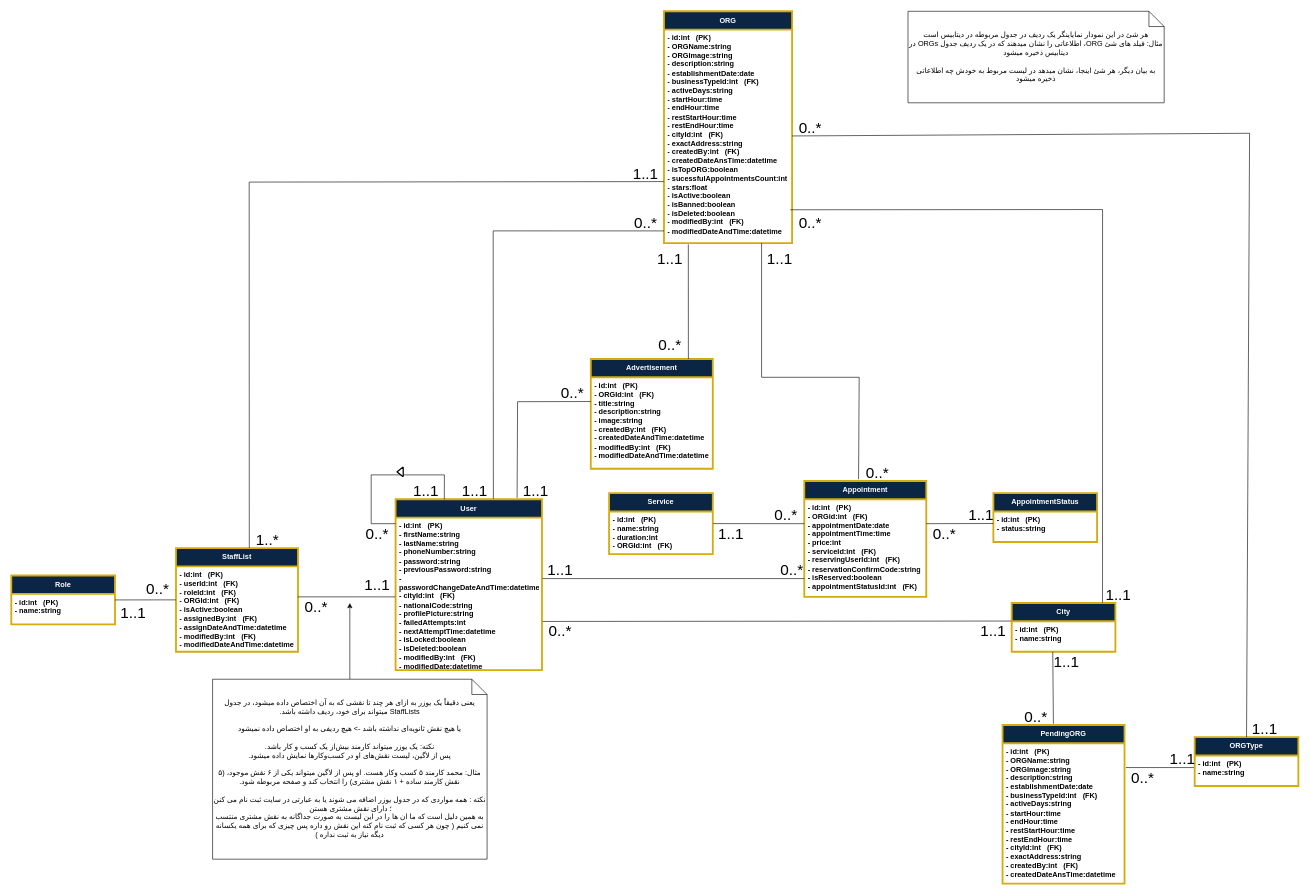
This is Design/DatabaseSchema.drawio from TnT74K/Project-SAD, a draw.io file, before an edit. Source tidied: cells renumbered, new cells numbered last; positions are measured from the earlier drawing's top-left corner, leaving out a move shared by most shapes. Both pictures are drawn from the tidied source at 61%, with x=0, y=0 at pixel (11, 11).
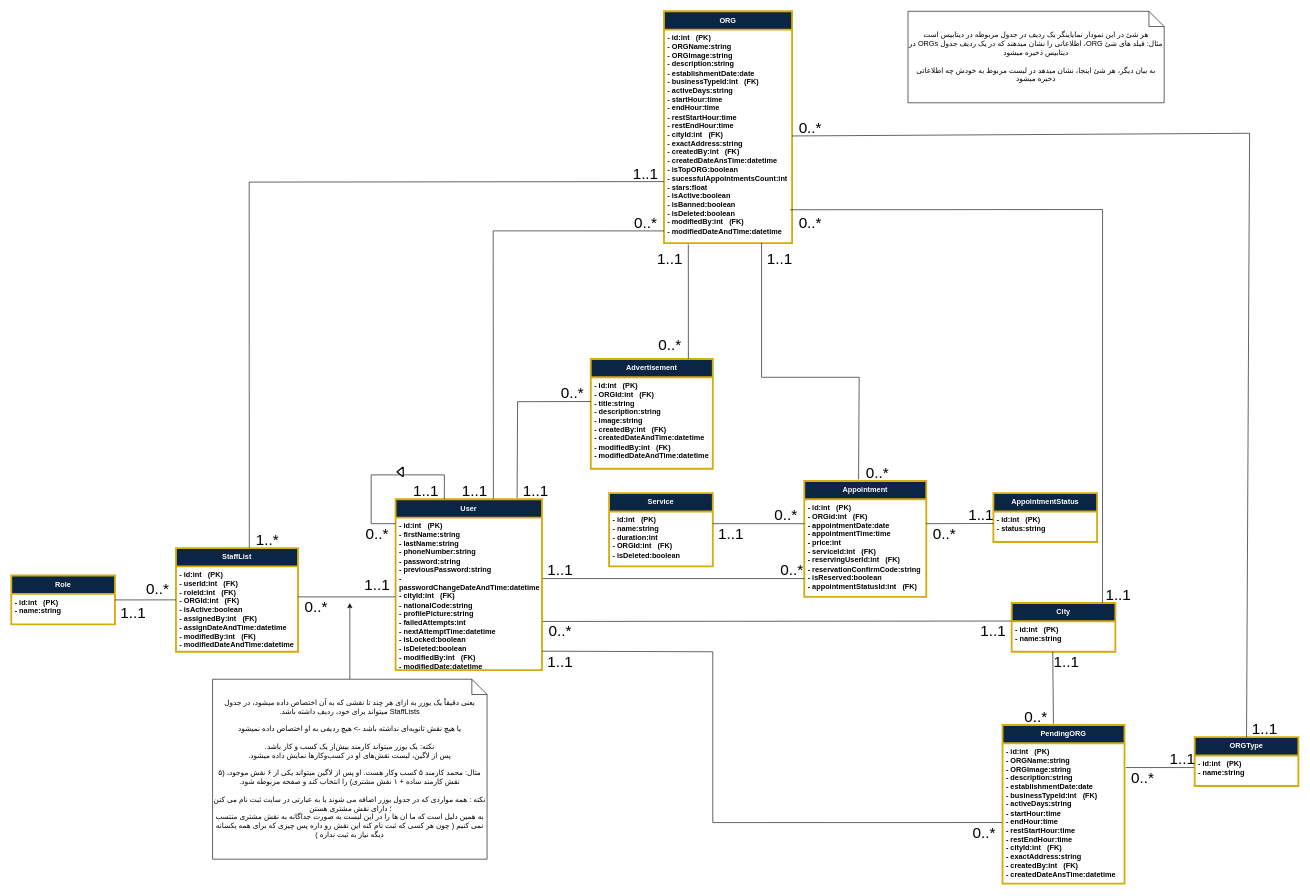
Above is the later version.

Unchanged cells that the change refers to:
```xml
<mxCell id="3" value="- id:int&amp;nbsp; &amp;nbsp;(PK)&lt;div&gt;- firstName:string&lt;/div&gt;&lt;div&gt;- lastName:string&lt;/div&gt;&lt;div&gt;- phoneNumber:string&lt;/div&gt;&lt;div&gt;- password:string&lt;/div&gt;&lt;div&gt;- previousPassword:string&lt;/div&gt;&lt;div&gt;- passwordChangeDateAndTime:datetime&lt;/div&gt;&lt;div&gt;- cityId:int&lt;span style=&quot;background-color: transparent; color: light-dark(rgb(0, 0, 0), rgb(255, 255, 255));&quot;&gt;&amp;nbsp; &amp;nbsp;&lt;/span&gt;&lt;span style=&quot;background-color: transparent; color: light-dark(rgb(0, 0, 0), rgb(255, 255, 255));&quot;&gt;(FK)&lt;/span&gt;&lt;/div&gt;&lt;div&gt;- nationalCode:string&lt;/div&gt;&lt;div&gt;- profilePicture:string&lt;/div&gt;&lt;div&gt;- failedAttempts:int&lt;/div&gt;&lt;div&gt;- nextAttemptTime:datetime&lt;/div&gt;&lt;div&gt;- isLocked:boolean&lt;/div&gt;&lt;div&gt;- isDeleted:boolean&lt;/div&gt;&lt;div&gt;- modifiedBy:int&lt;span style=&quot;background-color: transparent; color: light-dark(rgb(0, 0, 0), rgb(255, 255, 255));&quot;&gt;&amp;nbsp; &amp;nbsp;&lt;/span&gt;&lt;span style=&quot;background-color: transparent; color: light-dark(rgb(0, 0, 0), rgb(255, 255, 255));&quot;&gt;(FK)&lt;/span&gt;&lt;/div&gt;&lt;div&gt;- modifiedDate:datetime&lt;/div&gt;&lt;div&gt;&lt;br&gt;&lt;/div&gt;" style="text;strokeColor=none;fillColor=none;align=left;verticalAlign=top;spacingLeft=4;spacingRight=4;overflow=hidden;points=[[0,0.5],[1,0.5]];portConstraint=eastwest;whiteSpace=wrap;html=1;fontFamily=zain;fontSize=12;fontColor=light-dark(#000000,#FFFFFF);fontStyle=1;labelBackgroundColor=none;" parent="2" vertex="1">
  <mxGeometry y="30" width="240" height="250" as="geometry" />
</mxCell>
<mxCell id="6" value="- id:int&amp;nbsp; &amp;nbsp;(PK)&lt;div&gt;- ORGName:string&lt;/div&gt;&lt;div&gt;- ORGImage:string&lt;/div&gt;&lt;div&gt;- description:string&lt;/div&gt;&lt;div&gt;- establishmentDate:date&lt;/div&gt;&lt;div&gt;- businessTypeId:int&lt;span style=&quot;background-color: transparent; color: light-dark(rgb(0, 0, 0), rgb(255, 255, 255));&quot;&gt;&amp;nbsp; &amp;nbsp;&lt;/span&gt;&lt;span style=&quot;background-color: transparent; color: light-dark(rgb(0, 0, 0), rgb(255, 255, 255));&quot;&gt;(FK)&lt;/span&gt;&lt;/div&gt;&lt;div&gt;- activeDays:string&lt;/div&gt;&lt;div&gt;- startHour:time&lt;/div&gt;&lt;div&gt;- endHour:time&lt;/div&gt;&lt;div&gt;- restStartHour:time&lt;/div&gt;&lt;div&gt;- restEndHour:time&lt;/div&gt;&lt;div&gt;- cityId:int&lt;span style=&quot;background-color: transparent; color: light-dark(rgb(0, 0, 0), rgb(255, 255, 255));&quot;&gt;&amp;nbsp; &amp;nbsp;&lt;/span&gt;&lt;span style=&quot;background-color: transparent; color: light-dark(rgb(0, 0, 0), rgb(255, 255, 255));&quot;&gt;(FK)&lt;/span&gt;&lt;/div&gt;&lt;div&gt;- exactAddress:string&lt;/div&gt;&lt;div&gt;- createdBy:int&lt;span style=&quot;background-color: transparent; color: light-dark(rgb(0, 0, 0), rgb(255, 255, 255));&quot;&gt;&amp;nbsp; &amp;nbsp;&lt;/span&gt;&lt;span style=&quot;background-color: transparent; color: light-dark(rgb(0, 0, 0), rgb(255, 255, 255));&quot;&gt;(FK)&lt;/span&gt;&lt;/div&gt;&lt;div&gt;- createdDateAnsTime:datetime&lt;/div&gt;" style="text;strokeColor=none;fillColor=none;align=left;verticalAlign=top;spacingLeft=4;spacingRight=4;overflow=hidden;points=[[0,0.5],[1,0.5]];portConstraint=eastwest;whiteSpace=wrap;html=1;fontFamily=zain;fontSize=12;fontColor=light-dark(#000000,#FFFFFF);fontStyle=1;labelBackgroundColor=none;" parent="5" vertex="1">
  <mxGeometry y="30" width="200" height="230" as="geometry" />
</mxCell>
<mxCell id="55" value="&lt;font&gt;1..1&lt;/font&gt;" style="text;html=1;whiteSpace=wrap;strokeColor=none;fillColor=none;align=center;verticalAlign=middle;rounded=0;fontSize=25;" parent="1" vertex="1">
  <mxGeometry x="1150" y="840" width="60" height="30" as="geometry" />
</mxCell>
```

The edit, as a diff of the source:
```diff
@@
     <mxCell id="11" value="&lt;font color=&quot;#ffffff&quot;&gt;Service&lt;/font&gt;" style="swimlane;fontStyle=1;align=center;verticalAlign=middle;startSize=30;whiteSpace=wrap;html=1;strokeColor=light-dark(#D4AC0D,#D4AC0D);strokeWidth=3;fontFamily=zain;fontSize=12;fontColor=light-dark(#000000,#FFFFFF);labelBackgroundColor=none;fillColor=light-dark(#0B2545,#0B2545);" parent="1" vertex="1">
-      <mxGeometry x="980" y="790" width="170" height="100" as="geometry" />
+      <mxGeometry x="980" y="790" width="170" height="120" as="geometry" />
     </mxCell>
-    <mxCell id="12" value="&lt;div&gt;- id:int&lt;span style=&quot;background-color: transparent; color: light-dark(rgb(0, 0, 0), rgb(255, 255, 255));&quot;&gt;&amp;nbsp; &amp;nbsp;&lt;/span&gt;&lt;span style=&quot;background-color: transparent; color: light-dark(rgb(0, 0, 0), rgb(255, 255, 255));&quot;&gt;(PK)&lt;/span&gt;&lt;/div&gt;&lt;div&gt;- name:string&lt;/div&gt;&lt;div&gt;- duration:int&lt;/div&gt;&lt;div&gt;- ORGId:int&lt;span style=&quot;background-color: transparent; color: light-dark(rgb(0, 0, 0), rgb(255, 255, 255));&quot;&gt;&amp;nbsp; &amp;nbsp;&lt;/span&gt;&lt;span style=&quot;background-color: transparent; color: light-dark(rgb(0, 0, 0), rgb(255, 255, 255));&quot;&gt;(FK)&lt;/span&gt;&lt;/div&gt;" style="text;strokeColor=none;fillColor=none;align=left;verticalAlign=top;spacingLeft=4;spacingRight=4;overflow=hidden;points=[[0,0.5],[1,0.5]];portConstraint=eastwest;whiteSpace=wrap;html=1;fontFamily=zain;fontSize=12;fontColor=light-dark(#000000,#FFFFFF);fontStyle=1;labelBackgroundColor=none;" parent="11" vertex="1">
-      <mxGeometry y="30" width="170" height="70" as="geometry" />
+    <mxCell id="12" value="&lt;div&gt;- id:int&lt;span style=&quot;background-color: transparent; color: light-dark(rgb(0, 0, 0), rgb(255, 255, 255));&quot;&gt;&amp;nbsp; &amp;nbsp;&lt;/span&gt;&lt;span style=&quot;background-color: transparent; color: light-dark(rgb(0, 0, 0), rgb(255, 255, 255));&quot;&gt;(PK)&lt;/span&gt;&lt;/div&gt;&lt;div&gt;- name:string&lt;/div&gt;&lt;div&gt;- duration:int&lt;/div&gt;&lt;div&gt;- ORGId:int&lt;span style=&quot;background-color: transparent; color: light-dark(rgb(0, 0, 0), rgb(255, 255, 255));&quot;&gt;&amp;nbsp; &amp;nbsp;&lt;/span&gt;&lt;span style=&quot;background-color: transparent; color: light-dark(rgb(0, 0, 0), rgb(255, 255, 255));&quot;&gt;(FK)&lt;/span&gt;&lt;/div&gt;&lt;div&gt;&lt;div&gt;- isDeleted:boolean&lt;/div&gt;&lt;/div&gt;" style="text;strokeColor=none;fillColor=none;align=left;verticalAlign=top;spacingLeft=4;spacingRight=4;overflow=hidden;points=[[0,0.5],[1,0.5]];portConstraint=eastwest;whiteSpace=wrap;html=1;fontFamily=zain;fontSize=12;fontColor=light-dark(#000000,#FFFFFF);fontStyle=1;labelBackgroundColor=none;" parent="11" vertex="1">
+      <mxGeometry y="30" width="170" height="90" as="geometry" />
     </mxCell>
@@
-    <mxCell id="37" style="endArrow=none;html=1;rounded=0;exitX=1.004;exitY=0.284;exitDx=0;exitDy=0;exitPerimeter=0;" parent="1" edge="1" source="12">
+    <mxCell id="37" style="endArrow=none;html=1;rounded=0;exitX=0;exitY=0;exitDx=0;exitDy=0;" parent="1" edge="1" source="55">
       <mxGeometry relative="1" as="geometry">
         <mxPoint x="1300" y="840" as="targetPoint" />
       </mxGeometry>
     </mxCell>
@@
+    <mxCell id="76" style="endArrow=none;html=1;rounded=0;entryX=-0.003;entryY=0.565;entryDx=0;entryDy=0;entryPerimeter=0;exitX=1.001;exitY=0.876;exitDx=0;exitDy=0;exitPerimeter=0;" parent="1" edge="1" source="3" target="6">
+      <mxGeometry relative="1" as="geometry">
+        <Array as="points">
+          <mxPoint x="1150" y="1050" />
+          <mxPoint x="1150" y="1330" />
+        </Array>
+      </mxGeometry>
+    </mxCell>
+    <mxCell id="77" value="&lt;font&gt;0..*&lt;/font&gt;" style="text;html=1;whiteSpace=wrap;strokeColor=none;fillColor=none;align=center;verticalAlign=middle;rounded=0;fontSize=25;" parent="1" vertex="1">
+      <mxGeometry x="1565" y="1330" width="60" height="30" as="geometry" />
+    </mxCell>
+    <mxCell id="78" value="&lt;font&gt;1..1&lt;/font&gt;" style="text;html=1;whiteSpace=wrap;strokeColor=none;fillColor=none;align=center;verticalAlign=middle;rounded=0;fontSize=25;" parent="1" vertex="1">
+      <mxGeometry x="870" y="1050" width="60" height="30" as="geometry" />
+    </mxCell>
```
